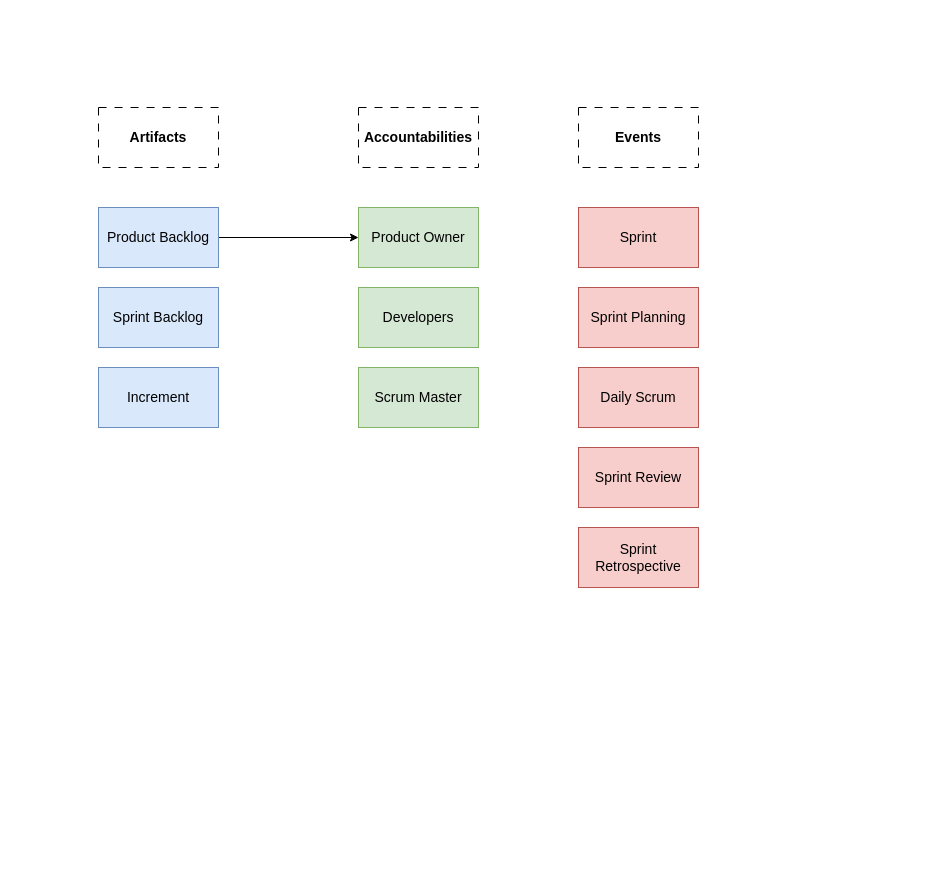
Above: Scrum Structure.drawio in JoaoF17/Diagrams (draw.io), before the change. Source tidied: cells renumbered, new cells numbered last; positions are measured from the earlier drawing's top-left corner, leaving out a move shared by most shapes. Both pictures are drawn from the tidied source at 100%, with x=0, y=0 at pixel (98, 107).
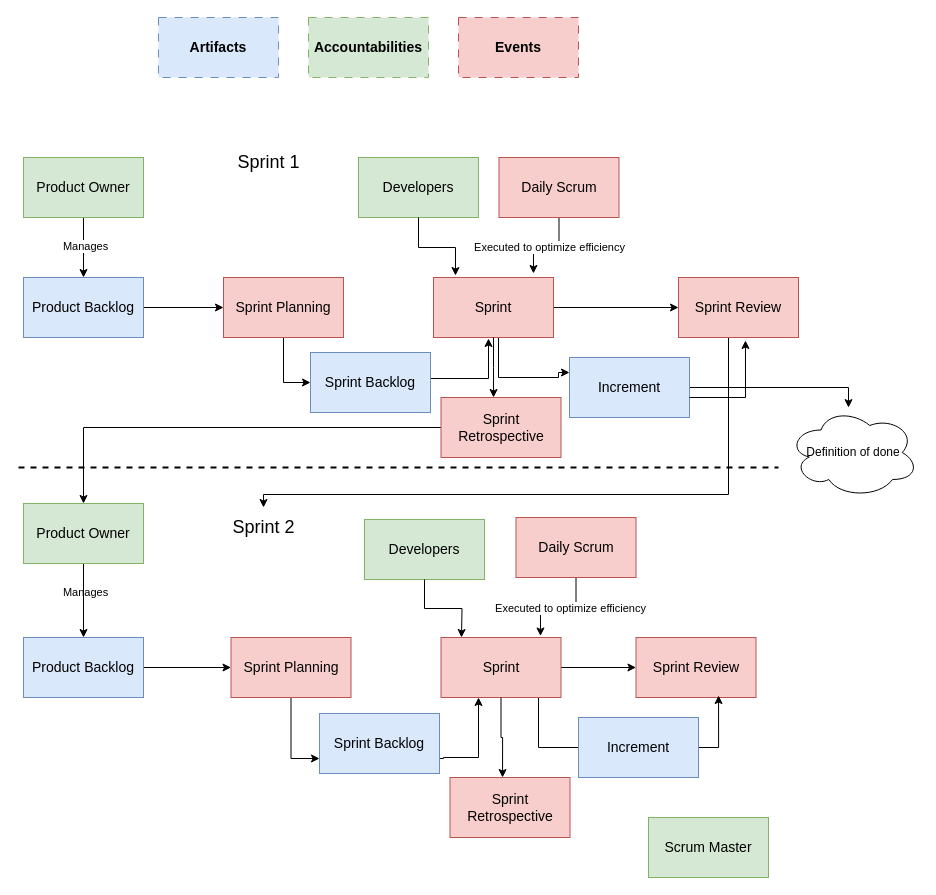
Above is the later version.

Diff of the diagram source:
```diff
@@
-    <mxCell id="2" style="edgeStyle=orthogonalEdgeStyle;rounded=0;jettySize=auto;html=1;entryX=0;entryY=0.5;entryDx=0;entryDy=0;" parent="1" edge="1" source="3" target="5">
-      <mxGeometry relative="1" as="geometry" />
-    </mxCell>
+    <mxCell id="17" style="edgeStyle=orthogonalEdgeStyle;rounded=0;jettySize=auto;html=1;entryX=0;entryY=0.5;entryDx=0;entryDy=0;" parent="1" edge="1" source="3" target="13">
+      <mxGeometry relative="1" as="geometry" />
+    </mxCell>
     <mxCell id="3" value="&lt;font style=&quot;font-size: 14px;&quot;&gt;Product Backlog&lt;/font&gt;" style="rounded=0;whiteSpace=wrap;html=1;fillColor=#dae8fc;strokeColor=#6c8ebf;" parent="1" vertex="1">
-      <mxGeometry y="100" width="120" height="60" as="geometry" />
+      <mxGeometry x="-75" y="170" width="120" height="60" as="geometry" />
     </mxCell>
-    <mxCell id="4" value="&lt;b&gt;&lt;font style=&quot;font-size: 14px;&quot;&gt;Artifacts&lt;/font&gt;&lt;/b&gt;" style="rounded=0;whiteSpace=wrap;html=1;dashed=1;dashPattern=8 8;" parent="1" vertex="1">
-      <mxGeometry width="120" height="60" as="geometry" />
+    <mxCell id="4" value="&lt;b&gt;&lt;font style=&quot;font-size: 14px;&quot;&gt;Artifacts&lt;/font&gt;&lt;/b&gt;" style="rounded=0;whiteSpace=wrap;html=1;dashed=1;dashPattern=8 8;fillColor=#dae8fc;strokeColor=#6c8ebf;" parent="1" vertex="1">
+      <mxGeometry x="60" y="-90" width="120" height="60" as="geometry" />
     </mxCell>
+    <mxCell id="18" style="edgeStyle=orthogonalEdgeStyle;rounded=0;jettySize=auto;html=1;entryX=0.5;entryY=0;entryDx=0;entryDy=0;" parent="1" edge="1" source="5" target="3">
+      <mxGeometry relative="1" as="geometry" />
+    </mxCell>
+    <mxCell id="19" value="Manages" style="edgeLabel;html=1;align=center;verticalAlign=middle;" parent="18" vertex="1">
+      <mxGeometry x="-0.06" y="1" relative="1" as="geometry" />
+    </mxCell>
     <mxCell id="5" value="&lt;font style=&quot;font-size: 14px;&quot;&gt;Product Owner&lt;/font&gt;" style="rounded=0;whiteSpace=wrap;html=1;fillColor=#d5e8d4;strokeColor=#82b366;" parent="1" vertex="1">
-      <mxGeometry x="260" y="100" width="120" height="60" as="geometry" />
+      <mxGeometry x="-75" y="50" width="120" height="60" as="geometry" />
     </mxCell>
-    <mxCell id="6" value="&lt;b&gt;&lt;font style=&quot;font-size: 14px;&quot;&gt;Accountabilities&lt;/font&gt;&lt;/b&gt;" style="rounded=0;whiteSpace=wrap;html=1;dashed=1;dashPattern=8 8;" parent="1" vertex="1">
-      <mxGeometry x="260" width="120" height="60" as="geometry" />
+    <mxCell id="6" value="&lt;b&gt;&lt;font style=&quot;font-size: 14px;&quot;&gt;Accountabilities&lt;/font&gt;&lt;/b&gt;" style="rounded=0;whiteSpace=wrap;html=1;dashed=1;dashPattern=8 8;fillColor=#d5e8d4;strokeColor=#82b366;" parent="1" vertex="1">
+      <mxGeometry x="210" y="-90" width="120" height="60" as="geometry" />
     </mxCell>
-    <mxCell id="7" value="&lt;b&gt;&lt;font style=&quot;font-size: 14px;&quot;&gt;Events&lt;/font&gt;&lt;/b&gt;" style="rounded=0;whiteSpace=wrap;html=1;dashed=1;dashPattern=8 8;" parent="1" vertex="1">
-      <mxGeometry x="480" width="120" height="60" as="geometry" />
+    <mxCell id="7" value="&lt;b&gt;&lt;font style=&quot;font-size: 14px;&quot;&gt;Events&lt;/font&gt;&lt;/b&gt;" style="rounded=0;whiteSpace=wrap;html=1;dashed=1;dashPattern=8 8;fillColor=#f8cecc;strokeColor=#b85450;" parent="1" vertex="1">
+      <mxGeometry x="360" y="-90" width="120" height="60" as="geometry" />
     </mxCell>
+    <mxCell id="20" style="edgeStyle=orthogonalEdgeStyle;rounded=0;jettySize=auto;html=1;exitX=1;exitY=0.5;exitDx=0;exitDy=0;" parent="1" edge="1" source="8">
+      <mxGeometry relative="1" as="geometry">
+        <mxPoint x="390" y="231" as="targetPoint" />
+        <Array as="points">
+          <mxPoint x="332" y="271" />
+          <mxPoint x="390" y="271" />
+        </Array>
+      </mxGeometry>
+    </mxCell>
     <mxCell id="8" value="&lt;font style=&quot;font-size: 14px;&quot;&gt;Sprint Backlog&lt;/font&gt;" style="rounded=0;whiteSpace=wrap;html=1;fillColor=#dae8fc;strokeColor=#6c8ebf;" parent="1" vertex="1">
-      <mxGeometry y="180" width="120" height="60" as="geometry" />
+      <mxGeometry x="212" y="245" width="120" height="60" as="geometry" />
     </mxCell>
+    <mxCell id="21" style="edgeStyle=orthogonalEdgeStyle;rounded=0;jettySize=auto;html=1;" parent="1" edge="1" source="9" target="57">
+      <mxGeometry relative="1" as="geometry">
+        <Array as="points">
+          <mxPoint x="750" y="280" />
+        </Array>
+      </mxGeometry>
+    </mxCell>
     <mxCell id="9" value="&lt;font style=&quot;font-size: 14px;&quot;&gt;Increment&lt;/font&gt;" style="rounded=0;whiteSpace=wrap;html=1;fillColor=#dae8fc;strokeColor=#6c8ebf;" parent="1" vertex="1">
-      <mxGeometry y="260" width="120" height="60" as="geometry" />
+      <mxGeometry x="471" y="250" width="120" height="60" as="geometry" />
     </mxCell>
     <mxCell id="10" value="&lt;font style=&quot;font-size: 14px;&quot;&gt;Scrum Master&lt;/font&gt;" style="rounded=0;whiteSpace=wrap;html=1;fillColor=#d5e8d4;strokeColor=#82b366;" parent="1" vertex="1">
-      <mxGeometry x="260" y="260" width="120" height="60" as="geometry" />
+      <mxGeometry x="550" y="710" width="120" height="60" as="geometry" />
     </mxCell>
     <mxCell id="11" value="&lt;font style=&quot;font-size: 14px;&quot;&gt;Developers&lt;/font&gt;" style="rounded=0;whiteSpace=wrap;html=1;fillColor=#d5e8d4;strokeColor=#82b366;" parent="1" vertex="1">
-      <mxGeometry x="260" y="180" width="120" height="60" as="geometry" />
+      <mxGeometry x="260" y="50" width="120" height="60" as="geometry" />
     </mxCell>
+    <mxCell id="22" style="edgeStyle=orthogonalEdgeStyle;rounded=0;jettySize=auto;html=1;entryX=0.833;entryY=-0.067;entryDx=0;entryDy=0;entryPerimeter=0;" parent="1" edge="1" source="12" target="14">
+      <mxGeometry relative="1" as="geometry" />
+    </mxCell>
+    <mxCell id="23" value="Executed to optimize efficiency" style="edgeLabel;html=1;align=center;verticalAlign=middle;" parent="22" vertex="1">
+      <mxGeometry x="-0.02" y="-2" relative="1" as="geometry">
+        <mxPoint y="1" as="offset" />
+      </mxGeometry>
+    </mxCell>
     <mxCell id="12" value="&lt;font style=&quot;font-size: 14px;&quot;&gt;Daily Scrum&lt;/font&gt;" style="rounded=0;whiteSpace=wrap;html=1;fillColor=#f8cecc;strokeColor=#b85450;" parent="1" vertex="1">
-      <mxGeometry x="480" y="260" width="120" height="60" as="geometry" />
+      <mxGeometry x="400.5" y="50" width="120" height="60" as="geometry" />
     </mxCell>
+    <mxCell id="24" style="edgeStyle=orthogonalEdgeStyle;rounded=0;jettySize=auto;html=1;entryX=0;entryY=0.5;entryDx=0;entryDy=0;" parent="1" edge="1" source="13" target="8">
+      <mxGeometry relative="1" as="geometry" />
+    </mxCell>
     <mxCell id="13" value="&lt;font style=&quot;font-size: 14px;&quot;&gt;Sprint Planning&lt;/font&gt;" style="rounded=0;whiteSpace=wrap;html=1;fillColor=#f8cecc;strokeColor=#b85450;" parent="1" vertex="1">
-      <mxGeometry x="480" y="180" width="120" height="60" as="geometry" />
+      <mxGeometry x="125" y="170" width="120" height="60" as="geometry" />
     </mxCell>
+    <mxCell id="25" style="edgeStyle=orthogonalEdgeStyle;rounded=0;jettySize=auto;html=1;entryX=0;entryY=0.5;entryDx=0;entryDy=0;" parent="1" edge="1" source="14" target="15">
+      <mxGeometry relative="1" as="geometry" />
+    </mxCell>
+    <mxCell id="26" style="edgeStyle=orthogonalEdgeStyle;rounded=0;jettySize=auto;html=1;entryX=0;entryY=0.25;entryDx=0;entryDy=0;" parent="1" edge="1" source="14" target="9">
+      <mxGeometry relative="1" as="geometry">
+        <Array as="points">
+          <mxPoint x="400" y="270" />
+          <mxPoint x="460" y="270" />
+          <mxPoint x="460" y="265" />
+        </Array>
+      </mxGeometry>
+    </mxCell>
     <mxCell id="14" value="&lt;font style=&quot;font-size: 14px;&quot;&gt;Sprint&lt;/font&gt;" style="rounded=0;whiteSpace=wrap;html=1;fillColor=#f8cecc;strokeColor=#b85450;" parent="1" vertex="1">
-      <mxGeometry x="480" y="100" width="120" height="60" as="geometry" />
+      <mxGeometry x="335" y="170" width="120" height="60" as="geometry" />
     </mxCell>
+    <mxCell id="27" style="edgeStyle=orthogonalEdgeStyle;rounded=0;jettySize=auto;html=1;" parent="1" edge="1" source="15" target="33">
+      <mxGeometry relative="1" as="geometry">
+        <Array as="points">
+          <mxPoint x="630" y="387" />
+          <mxPoint x="165" y="387" />
+        </Array>
+      </mxGeometry>
+    </mxCell>
     <mxCell id="15" value="&lt;font style=&quot;font-size: 14px;&quot;&gt;Sprint Review&lt;/font&gt;" style="rounded=0;whiteSpace=wrap;html=1;fillColor=#f8cecc;strokeColor=#b85450;" parent="1" vertex="1">
-      <mxGeometry x="480" y="340" width="120" height="60" as="geometry" />
+      <mxGeometry x="580" y="170" width="120" height="60" as="geometry" />
     </mxCell>
+    <mxCell id="28" style="edgeStyle=orthogonalEdgeStyle;rounded=0;jettySize=auto;html=1;entryX=0.5;entryY=0;entryDx=0;entryDy=0;" parent="1" edge="1" source="16" target="49">
+      <mxGeometry relative="1" as="geometry" />
+    </mxCell>
     <mxCell id="16" value="&lt;font style=&quot;font-size: 14px;&quot;&gt;Sprint Retrospective&lt;/font&gt;" style="rounded=0;whiteSpace=wrap;html=1;fillColor=#f8cecc;strokeColor=#b85450;" parent="1" vertex="1">
-      <mxGeometry x="480" y="420" width="120" height="60" as="geometry" />
+      <mxGeometry x="342.5" y="290" width="120" height="60" as="geometry" />
     </mxCell>
+    <mxCell id="29" style="edgeStyle=orthogonalEdgeStyle;rounded=0;jettySize=auto;html=1;entryX=0;entryY=0.5;entryDx=0;entryDy=0;" parent="1" edge="1" source="30" target="37">
+      <mxGeometry relative="1" as="geometry" />
+    </mxCell>
+    <mxCell id="30" value="&lt;font style=&quot;font-size: 14px;&quot;&gt;Product Backlog&lt;/font&gt;" style="rounded=0;whiteSpace=wrap;html=1;fillColor=#dae8fc;strokeColor=#6c8ebf;" parent="1" vertex="1">
+      <mxGeometry x="-75" y="530" width="120" height="60" as="geometry" />
+    </mxCell>
+    <mxCell id="31" style="endArrow=none;dashed=1;html=1;rounded=0;strokeWidth=2;" parent="1" edge="1">
+      <mxGeometry relative="1" as="geometry">
+        <mxPoint x="-80" y="360" as="sourcePoint" />
+        <mxPoint x="680" y="360" as="targetPoint" />
+      </mxGeometry>
+    </mxCell>
+    <mxCell id="32" value="&lt;font style=&quot;font-size: 18px;&quot;&gt;Sprint 1&lt;/font&gt;" style="text;html=1;align=center;verticalAlign=middle;strokeColor=none;fillColor=none;" parent="1" vertex="1">
+      <mxGeometry x="125" y="35" width="90" height="40" as="geometry" />
+    </mxCell>
+    <mxCell id="33" value="&lt;font style=&quot;font-size: 18px;&quot;&gt;Sprint 2&lt;/font&gt;" style="text;html=1;align=center;verticalAlign=middle;points=[];strokeColor=none;fillColor=none;" parent="1" vertex="1">
+      <mxGeometry x="120" y="400" width="90" height="40" as="geometry" />
+    </mxCell>
+    <mxCell id="34" style="edgeStyle=orthogonalEdgeStyle;rounded=0;jettySize=auto;html=1;entryX=0.829;entryY=-0.025;entryDx=0;entryDy=0;entryPerimeter=0;" parent="1" edge="1" source="35" target="40">
+      <mxGeometry relative="1" as="geometry" />
+    </mxCell>
+    <mxCell id="35" value="&lt;font style=&quot;font-size: 14px;&quot;&gt;Daily Scrum&lt;/font&gt;" style="rounded=0;whiteSpace=wrap;html=1;fillColor=#f8cecc;strokeColor=#b85450;" parent="1" vertex="1">
+      <mxGeometry x="417.5" y="410" width="120" height="60" as="geometry" />
+    </mxCell>
+    <mxCell id="36" style="edgeStyle=orthogonalEdgeStyle;rounded=0;jettySize=auto;html=1;entryX=0;entryY=0.75;entryDx=0;entryDy=0;" parent="1" edge="1" source="37" target="44">
+      <mxGeometry relative="1" as="geometry" />
+    </mxCell>
+    <mxCell id="37" value="&lt;font style=&quot;font-size: 14px;&quot;&gt;Sprint Planning&lt;/font&gt;" style="rounded=0;whiteSpace=wrap;html=1;fillColor=#f8cecc;strokeColor=#b85450;" parent="1" vertex="1">
+      <mxGeometry x="132.5" y="530" width="120" height="60" as="geometry" />
+    </mxCell>
+    <mxCell id="38" style="edgeStyle=orthogonalEdgeStyle;rounded=0;jettySize=auto;html=1;entryX=0;entryY=0.5;entryDx=0;entryDy=0;" parent="1" edge="1" source="40" target="41">
+      <mxGeometry relative="1" as="geometry" />
+    </mxCell>
+    <mxCell id="39" style="edgeStyle=orthogonalEdgeStyle;rounded=0;jettySize=auto;html=1;entryX=0;entryY=0.75;entryDx=0;entryDy=0;" parent="1" edge="1" source="40" target="53">
+      <mxGeometry relative="1" as="geometry">
+        <Array as="points">
+          <mxPoint x="440" y="640" />
+          <mxPoint x="521" y="640" />
+        </Array>
+      </mxGeometry>
+    </mxCell>
+    <mxCell id="40" value="&lt;font style=&quot;font-size: 14px;&quot;&gt;Sprint&lt;/font&gt;" style="rounded=0;whiteSpace=wrap;html=1;fillColor=#f8cecc;strokeColor=#b85450;" parent="1" vertex="1">
+      <mxGeometry x="342.5" y="530" width="120" height="60" as="geometry" />
+    </mxCell>
+    <mxCell id="41" value="&lt;font style=&quot;font-size: 14px;&quot;&gt;Sprint Review&lt;/font&gt;" style="rounded=0;whiteSpace=wrap;html=1;fillColor=#f8cecc;strokeColor=#b85450;" parent="1" vertex="1">
+      <mxGeometry x="537.5" y="530" width="120" height="60" as="geometry" />
+    </mxCell>
+    <mxCell id="42" value="Executed to optimize efficiency" style="edgeLabel;html=1;align=center;verticalAlign=middle;" parent="1" vertex="1">
+      <mxGeometry x="471.5" y="500" as="geometry" />
+    </mxCell>
+    <mxCell id="43" style="edgeStyle=orthogonalEdgeStyle;rounded=0;jettySize=auto;html=1;exitX=1;exitY=0.75;exitDx=0;exitDy=0;" parent="1" edge="1" source="44" target="40">
+      <mxGeometry relative="1" as="geometry">
+        <Array as="points">
+          <mxPoint x="345" y="651" />
+          <mxPoint x="345" y="650" />
+          <mxPoint x="380" y="650" />
+        </Array>
+      </mxGeometry>
+    </mxCell>
+    <mxCell id="44" value="&lt;font style=&quot;font-size: 14px;&quot;&gt;Sprint Backlog&lt;/font&gt;" style="rounded=0;whiteSpace=wrap;html=1;fillColor=#dae8fc;strokeColor=#6c8ebf;" parent="1" vertex="1">
+      <mxGeometry x="221" y="606" width="120" height="60" as="geometry" />
+    </mxCell>
+    <mxCell id="45" style="edgeStyle=orthogonalEdgeStyle;rounded=0;jettySize=auto;html=1;entryX=0.558;entryY=1.05;entryDx=0;entryDy=0;entryPerimeter=0;" parent="1" edge="1" source="9" target="15">
+      <mxGeometry relative="1" as="geometry">
+        <Array as="points">
+          <mxPoint x="647" y="290" />
+        </Array>
+      </mxGeometry>
+    </mxCell>
+    <mxCell id="46" style="edgeStyle=orthogonalEdgeStyle;rounded=0;jettySize=auto;html=1;entryX=0.183;entryY=-0.033;entryDx=0;entryDy=0;entryPerimeter=0;" parent="1" edge="1" source="11" target="14">
+      <mxGeometry relative="1" as="geometry" />
+    </mxCell>
+    <mxCell id="47" value="Manages" style="edgeLabel;html=1;align=center;verticalAlign=middle;" parent="1" vertex="1">
+      <mxGeometry x="-14" y="484" as="geometry" />
+    </mxCell>
+    <mxCell id="48" style="edgeStyle=orthogonalEdgeStyle;rounded=0;jettySize=auto;html=1;entryX=0.5;entryY=0;entryDx=0;entryDy=0;" parent="1" edge="1" source="49" target="30">
+      <mxGeometry relative="1" as="geometry" />
+    </mxCell>
+    <mxCell id="49" value="&lt;font style=&quot;font-size: 14px;&quot;&gt;Product Owner&lt;/font&gt;" style="rounded=0;whiteSpace=wrap;html=1;fillColor=#d5e8d4;strokeColor=#82b366;" parent="1" vertex="1">
+      <mxGeometry x="-75" y="396" width="120" height="60" as="geometry" />
+    </mxCell>
+    <mxCell id="50" value="&lt;font style=&quot;font-size: 14px;&quot;&gt;Developers&lt;/font&gt;" style="rounded=0;whiteSpace=wrap;html=1;fillColor=#d5e8d4;strokeColor=#82b366;" parent="1" vertex="1">
+      <mxGeometry x="266" y="412" width="120" height="60" as="geometry" />
+    </mxCell>
+    <mxCell id="51" style="edgeStyle=orthogonalEdgeStyle;rounded=0;jettySize=auto;html=1;entryX=0.183;entryY=-0.033;entryDx=0;entryDy=0;entryPerimeter=0;" parent="1" edge="1" source="50">
+      <mxGeometry relative="1" as="geometry">
+        <mxPoint x="363" y="530" as="targetPoint" />
+      </mxGeometry>
+    </mxCell>
+    <mxCell id="52" style="edgeStyle=orthogonalEdgeStyle;rounded=0;jettySize=auto;html=1;entryX=0.688;entryY=0.967;entryDx=0;entryDy=0;entryPerimeter=0;" parent="1" edge="1" source="53" target="41">
+      <mxGeometry relative="1" as="geometry">
+        <Array as="points">
+          <mxPoint x="620" y="640" />
+        </Array>
+      </mxGeometry>
+    </mxCell>
+    <mxCell id="53" value="&lt;font style=&quot;font-size: 14px;&quot;&gt;Increment&lt;/font&gt;" style="rounded=0;whiteSpace=wrap;html=1;fillColor=#dae8fc;strokeColor=#6c8ebf;" parent="1" vertex="1">
+      <mxGeometry x="480" y="610" width="120" height="60" as="geometry" />
+    </mxCell>
+    <mxCell id="54" style="edgeStyle=orthogonalEdgeStyle;rounded=0;jettySize=auto;html=1;entryX=0.438;entryY=0;entryDx=0;entryDy=0;entryPerimeter=0;" parent="1" edge="1" source="14" target="16">
+      <mxGeometry relative="1" as="geometry" />
+    </mxCell>
+    <mxCell id="55" value="&lt;font style=&quot;font-size: 14px;&quot;&gt;Sprint Retrospective&lt;/font&gt;" style="rounded=0;whiteSpace=wrap;html=1;fillColor=#f8cecc;strokeColor=#b85450;" parent="1" vertex="1">
+      <mxGeometry x="351.5" y="670" width="120" height="60" as="geometry" />
+    </mxCell>
+    <mxCell id="56" style="edgeStyle=orthogonalEdgeStyle;rounded=0;jettySize=auto;html=1;entryX=0.438;entryY=0;entryDx=0;entryDy=0;entryPerimeter=0;exitX=0.5;exitY=1;exitDx=0;exitDy=0;" parent="1" edge="1" source="40" target="55">
+      <mxGeometry relative="1" as="geometry">
+        <Array as="points">
+          <mxPoint x="403" y="630" />
+          <mxPoint x="404" y="630" />
+        </Array>
+      </mxGeometry>
+    </mxCell>
+    <mxCell id="57" value="Definition of done" style="ellipse;shape=cloud;whiteSpace=wrap;html=1;" parent="1" vertex="1">
+      <mxGeometry x="690" y="300" width="130" height="90" as="geometry" />
+    </mxCell>
```
